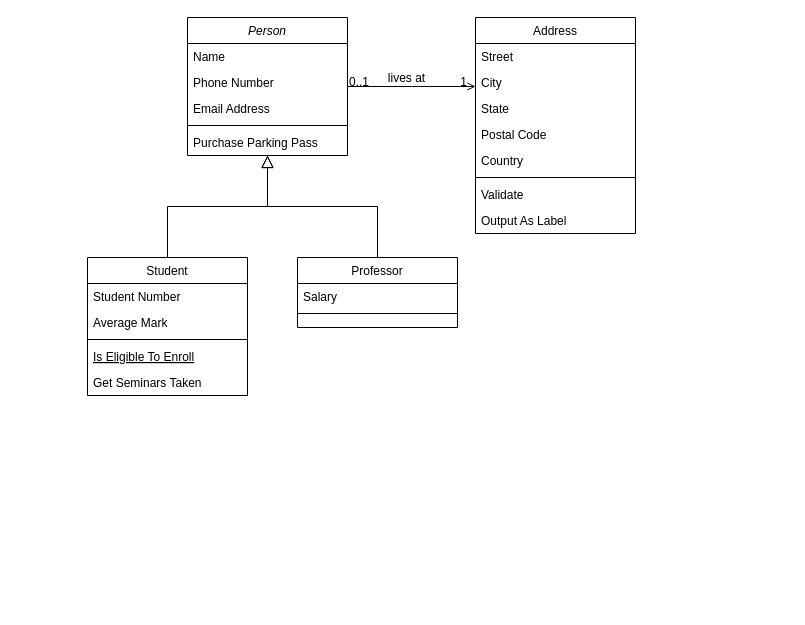
Before: Diagrama sem nome.drawio in Bezalelluiz/CRUD-Laravel, a draw.io diagram. Source tidied: cells renumbered, new cells numbered last; positions are measured from the earlier drawing's top-left corner, leaving out a move shared by most shapes. Both pictures are drawn from the tidied source at 100%, with x=0, y=0 at pixel (87, 17).
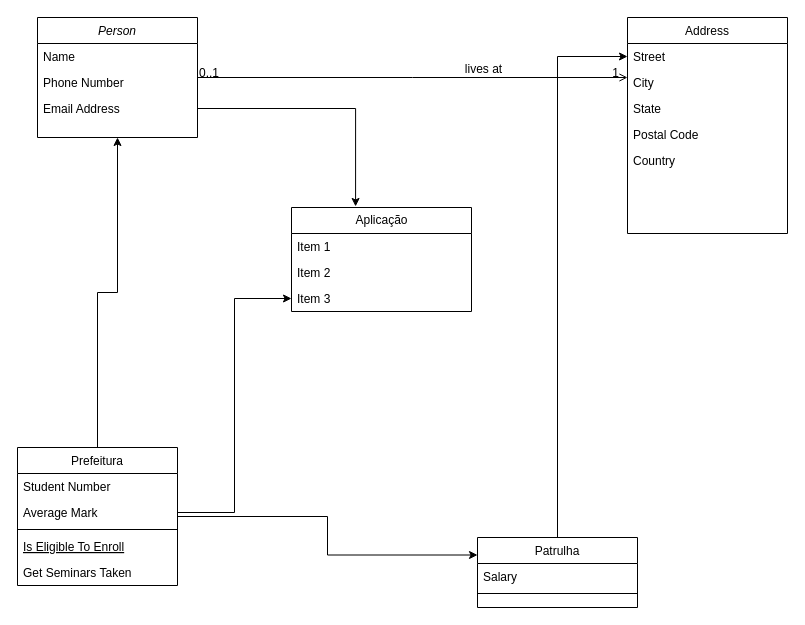
The same diagram, later.

The change refers to these unchanged cells:
```xml
<mxCell id="5" value="Email Address" style="text;align=left;verticalAlign=top;spacingLeft=4;spacingRight=4;overflow=hidden;points=[[0,0.5],[1,0.5]];portConstraint=eastwest;rounded=0;shadow=0;html=0;" parent="2" vertex="1">
  <mxGeometry y="78" width="160" height="26" as="geometry" />
</mxCell>
<mxCell id="10" value="Average Mark" style="text;align=left;verticalAlign=top;spacingLeft=4;spacingRight=4;overflow=hidden;points=[[0,0.5],[1,0.5]];portConstraint=eastwest;rounded=0;shadow=0;html=0;" parent="8" vertex="1">
  <mxGeometry y="52" width="160" height="26" as="geometry" />
</mxCell>
<mxCell id="20" value="Street" style="text;align=left;verticalAlign=top;spacingLeft=4;spacingRight=4;overflow=hidden;points=[[0,0.5],[1,0.5]];portConstraint=eastwest;" parent="19" vertex="1">
  <mxGeometry y="26" width="160" height="26" as="geometry" />
</mxCell>
```

Change to the diagram source:
```diff
@@
     <mxCell id="2" value="Person" style="swimlane;fontStyle=2;align=center;verticalAlign=top;horizontal=1;startSize=26;rounded=0;shadow=0;strokeWidth=1;" parent="1" vertex="1">
-      <mxGeometry x="100" width="160" height="138" as="geometry" />
+      <mxGeometry x="-50" width="160" height="120" as="geometry" />
     </mxCell>
@@
-    <mxCell id="6" style="line;html=1;strokeWidth=1;align=left;verticalAlign=middle;spacingTop=-1;spacingLeft=3;spacingRight=3;labelPosition=right;" parent="2" vertex="1">
-      <mxGeometry y="104" width="160" height="8" as="geometry" />
-    </mxCell>
-    <mxCell id="7" value="Purchase Parking Pass" style="text;align=left;verticalAlign=top;spacingLeft=4;spacingRight=4;overflow=hidden;" parent="2" vertex="1">
-      <mxGeometry y="112" width="160" height="26" as="geometry" />
-    </mxCell>
+    <mxCell id="32" style="edgeStyle=orthogonalEdgeStyle;rounded=0;jettySize=auto;html=1;entryX=0;entryY=0.25;entryDx=0;entryDy=0;" parent="1" edge="1" source="8" target="15">
+      <mxGeometry relative="1" as="geometry" />
+    </mxCell>
+    <mxCell id="14" style="edgeStyle=orthogonalEdgeStyle;rounded=0;jettySize=auto;html=1;entryX=0.5;entryY=1;entryDx=0;entryDy=0;" parent="1" edge="1" source="8" target="2">
+      <mxGeometry relative="1" as="geometry" />
+    </mxCell>
-    <mxCell id="8" value="Student" style="swimlane;fontStyle=0;align=center;verticalAlign=top;horizontal=1;startSize=26;rounded=0;shadow=0;strokeWidth=1;" parent="1" vertex="1">
-      <mxGeometry y="240" width="160" height="138" as="geometry" />
+    <mxCell id="8" value="Prefeitura" style="swimlane;fontStyle=0;align=center;verticalAlign=top;horizontal=1;startSize=26;rounded=0;shadow=0;strokeWidth=1;" parent="1" vertex="1">
+      <mxGeometry x="-70" y="430" width="160" height="138" as="geometry" />
     </mxCell>
@@
-    <mxCell id="14" style="endArrow=block;endSize=10;endFill=0;shadow=0;strokeWidth=1;rounded=0;edgeStyle=elbowEdgeStyle;elbow=vertical;" parent="1" edge="1" source="8" target="2">
-      <mxGeometry relative="1" as="geometry" />
-    </mxCell>
+    <mxCell id="33" style="edgeStyle=orthogonalEdgeStyle;rounded=0;jettySize=auto;html=1;entryX=0;entryY=0.5;entryDx=0;entryDy=0;" parent="1" edge="1" source="15" target="20">
+      <mxGeometry relative="1" as="geometry" />
+    </mxCell>
-    <mxCell id="15" value="Professor" style="swimlane;fontStyle=0;align=center;verticalAlign=top;horizontal=1;startSize=26;rounded=0;shadow=0;strokeWidth=1;" parent="1" vertex="1">
-      <mxGeometry x="210" y="240" width="160" height="70" as="geometry" />
+    <mxCell id="15" value="Patrulha&#10;" style="swimlane;fontStyle=0;align=center;verticalAlign=top;horizontal=1;startSize=26;rounded=0;shadow=0;strokeWidth=1;" parent="1" vertex="1">
+      <mxGeometry x="390" y="520" width="160" height="70" as="geometry" />
     </mxCell>
@@
-    <mxCell id="18" style="endArrow=block;endSize=10;endFill=0;shadow=0;strokeWidth=1;rounded=0;edgeStyle=elbowEdgeStyle;elbow=vertical;" parent="1" edge="1" source="15" target="2">
-      <mxGeometry relative="1" as="geometry" />
-    </mxCell>
     <mxCell id="19" value="Address" style="swimlane;fontStyle=0;align=center;verticalAlign=top;horizontal=1;startSize=26;rounded=0;shadow=0;strokeWidth=1;" parent="1" vertex="1">
-      <mxGeometry x="388" width="160" height="216" as="geometry" />
+      <mxGeometry x="540" width="160" height="216" as="geometry" />
     </mxCell>
@@
-    <mxCell id="25" style="line;html=1;strokeWidth=1;align=left;verticalAlign=middle;spacingTop=-1;spacingLeft=3;spacingRight=3;labelPosition=right;" parent="19" vertex="1">
-      <mxGeometry y="156" width="160" height="8" as="geometry" />
-    </mxCell>
-    <mxCell id="26" value="Validate" style="text;align=left;verticalAlign=top;spacingLeft=4;spacingRight=4;overflow=hidden;" parent="19" vertex="1">
-      <mxGeometry y="164" width="160" height="26" as="geometry" />
-    </mxCell>
-    <mxCell id="27" value="Output As Label" style="text;align=left;verticalAlign=top;spacingLeft=4;spacingRight=4;overflow=hidden;" parent="19" vertex="1">
-      <mxGeometry y="190" width="160" height="26" as="geometry" />
-    </mxCell>
@@
+    <mxCell id="34" value="Aplicação" style="swimlane;fontStyle=0;horizontal=1;startSize=26;fillColor=none;html=1;" parent="1" vertex="1">
+      <mxGeometry x="204" y="190" width="180" height="104" as="geometry" />
+    </mxCell>
+    <mxCell id="35" value="Item 1" style="text;strokeColor=none;fillColor=none;align=left;verticalAlign=top;spacingLeft=4;spacingRight=4;overflow=hidden;whiteSpace=wrap;html=1;" parent="34" vertex="1">
+      <mxGeometry y="26" width="180" height="26" as="geometry" />
+    </mxCell>
+    <mxCell id="36" value="Item 2" style="text;strokeColor=none;fillColor=none;align=left;verticalAlign=top;spacingLeft=4;spacingRight=4;overflow=hidden;whiteSpace=wrap;html=1;" parent="34" vertex="1">
+      <mxGeometry y="52" width="180" height="26" as="geometry" />
+    </mxCell>
+    <mxCell id="37" value="Item 3" style="text;strokeColor=none;fillColor=none;align=left;verticalAlign=top;spacingLeft=4;spacingRight=4;overflow=hidden;points=[[0,0.5],[1,0.5]];portConstraint=eastwest;whiteSpace=wrap;html=1;" parent="34" vertex="1">
+      <mxGeometry y="78" width="180" height="26" as="geometry" />
+    </mxCell>
+    <mxCell id="38" style="edgeStyle=orthogonalEdgeStyle;rounded=0;jettySize=auto;html=1;entryX=0.356;entryY=-0.01;entryDx=0;entryDy=0;entryPerimeter=0;" parent="1" edge="1" source="5" target="34">
+      <mxGeometry relative="1" as="geometry" />
+    </mxCell>
+    <mxCell id="39" style="edgeStyle=orthogonalEdgeStyle;rounded=0;jettySize=auto;html=1;entryX=0;entryY=0.5;entryDx=0;entryDy=0;" parent="1" edge="1" source="10" target="37">
+      <mxGeometry relative="1" as="geometry" />
+    </mxCell>
```
